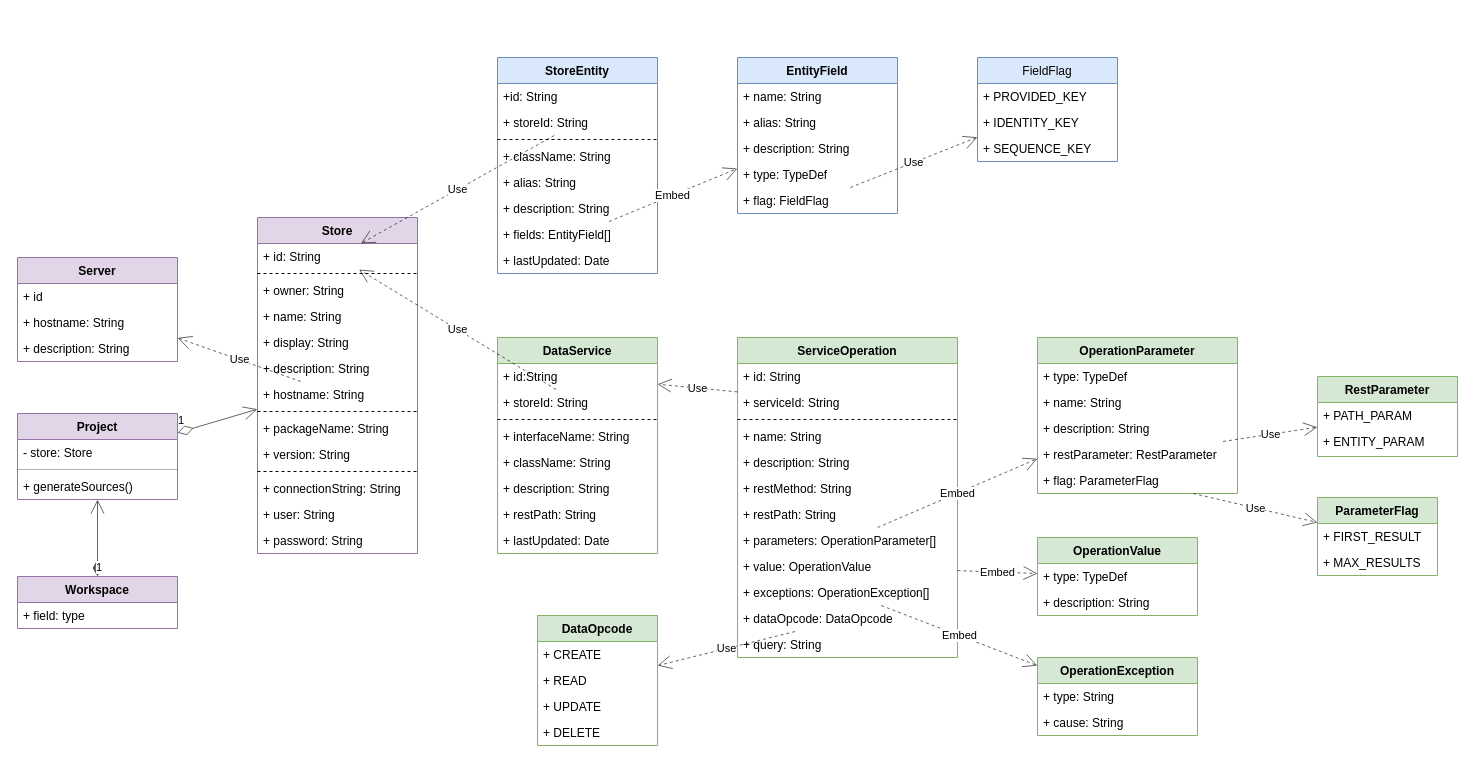
Before: doc/diagrams.drawio in js-lib-com/tiny-store, a draw.io diagram. Source tidied: cells renumbered, new cells numbered last; positions are measured from the earlier drawing's top-left corner, leaving out a move shared by most shapes. Both pictures are drawn from the tidied source at 100%, with x=0, y=0 at pixel (17, 57).
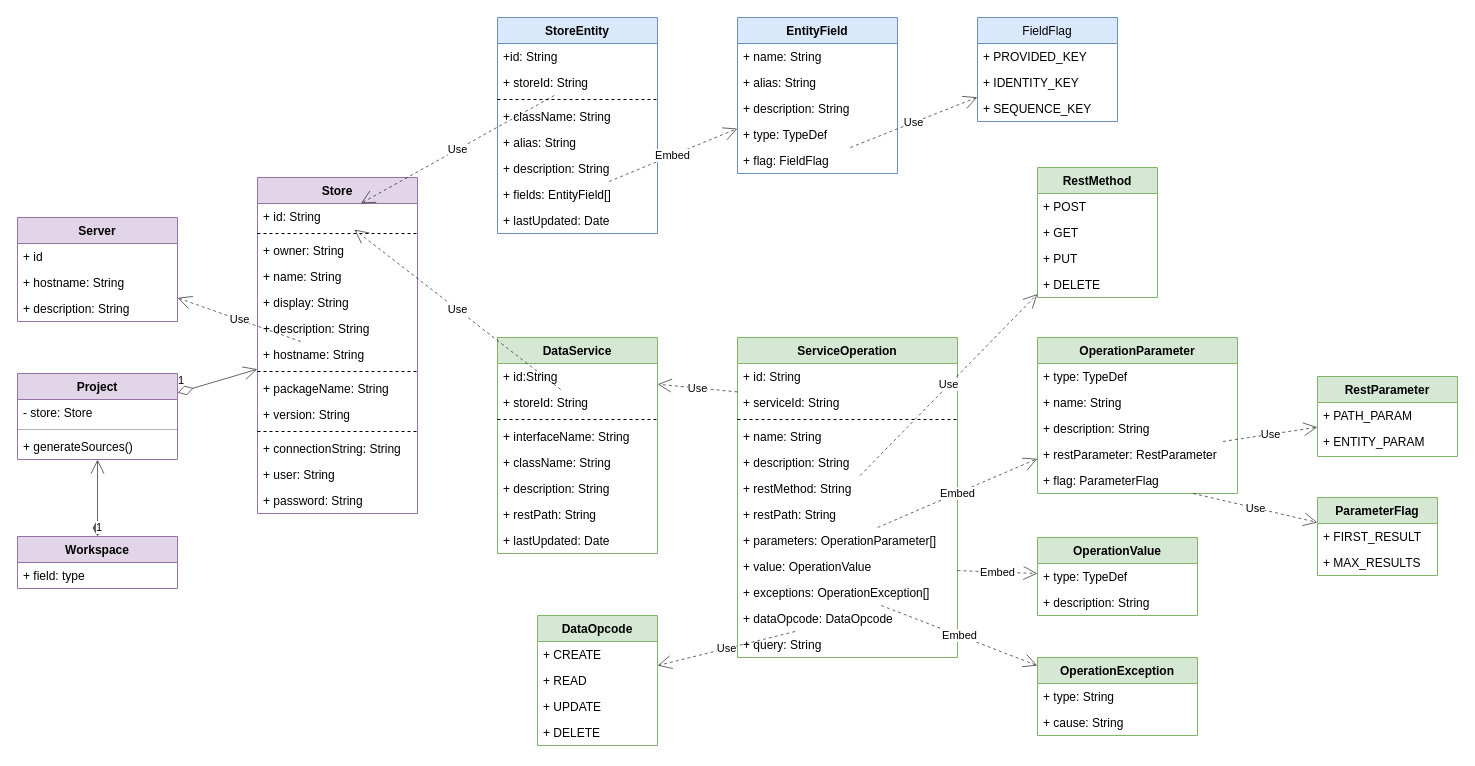
After the change.

The change refers to these unchanged cells:
```xml
<mxCell id="57" value="+ restMethod: String" style="text;strokeColor=none;fillColor=none;align=left;verticalAlign=top;spacingLeft=4;spacingRight=4;overflow=hidden;points=[[0,0.5],[1,0.5]];portConstraint=eastwest;rounded=0;opacity=30;" parent="51" vertex="1">
  <mxGeometry y="138" width="220" height="26" as="geometry" />
</mxCell>
```

Diff of the diagram source:
```diff
@@
     <mxCell id="2" value="Store" style="swimlane;fontStyle=1;align=center;verticalAlign=top;horizontal=1;startSize=26;rounded=0;fillColor=#e1d5e7;strokeColor=#9673a6;" parent="1" vertex="1">
-      <mxGeometry x="240" y="160" width="160" height="336" as="geometry" />
+      <mxGeometry x="240" y="120" width="160" height="336" as="geometry" />
     </mxCell>
@@
     <mxCell id="17" value="StoreEntity" style="swimlane;fontStyle=1;align=center;verticalAlign=top;horizontal=1;startSize=26;rounded=0;fillColor=#dae8fc;strokeColor=#6c8ebf;" parent="1" vertex="1">
-      <mxGeometry x="480" width="160" height="216" as="geometry" />
+      <mxGeometry x="480" y="-40" width="160" height="216" as="geometry" />
     </mxCell>
@@
     <mxCell id="35" value="Workspace" style="swimlane;fontStyle=1;align=center;verticalAlign=top;horizontal=1;startSize=26;rounded=0;fillColor=#e1d5e7;strokeColor=#9673a6;" parent="1" vertex="1">
-      <mxGeometry y="519" width="160" height="52" as="geometry" />
+      <mxGeometry y="479" width="160" height="52" as="geometry" />
     </mxCell>
@@
     <mxCell id="37" value="Project" style="swimlane;fontStyle=1;align=center;verticalAlign=top;horizontal=1;startSize=26;rounded=0;fillColor=#e1d5e7;strokeColor=#9673a6;" parent="1" vertex="1">
-      <mxGeometry y="356" width="160" height="86" as="geometry" />
+      <mxGeometry y="316" width="160" height="86" as="geometry" />
     </mxCell>
@@
     <mxCell id="43" value="EntityField" style="swimlane;fontStyle=1;align=center;verticalAlign=top;horizontal=1;startSize=26;rounded=0;fillColor=#dae8fc;strokeColor=#6c8ebf;" parent="1" vertex="1">
-      <mxGeometry x="720" width="160" height="156" as="geometry" />
+      <mxGeometry x="720" y="-40" width="160" height="156" as="geometry" />
     </mxCell>
@@
     <mxCell id="95" value="Server" style="swimlane;fontStyle=1;horizontal=1;startSize=26;fillColor=#e1d5e7;strokeColor=#9673a6;" parent="1" vertex="1">
-      <mxGeometry y="200" width="160" height="104" as="geometry" />
+      <mxGeometry y="160" width="160" height="104" as="geometry" />
     </mxCell>
@@
     <mxCell id="100" value="FieldFlag" style="swimlane;fontStyle=0;horizontal=1;startSize=26;fillColor=#dae8fc;strokeColor=#6c8ebf;" parent="1" vertex="1">
-      <mxGeometry x="960" width="140" height="104" as="geometry" />
+      <mxGeometry x="960" y="-40" width="140" height="104" as="geometry" />
     </mxCell>
@@
+    <mxCell id="105" value="RestMethod" style="swimlane;fontStyle=1;horizontal=1;startSize=26;fillColor=#d5e8d4;strokeColor=#82b366;" parent="1" vertex="1">
+      <mxGeometry x="1020" y="110" width="120" height="130" as="geometry" />
+    </mxCell>
+    <mxCell id="106" value="+ POST" style="text;strokeColor=none;fillColor=none;align=left;verticalAlign=top;spacingLeft=4;spacingRight=4;overflow=hidden;" parent="105" vertex="1">
+      <mxGeometry y="26" width="120" height="26" as="geometry" />
+    </mxCell>
+    <mxCell id="107" value="+ GET" style="text;strokeColor=none;fillColor=none;align=left;verticalAlign=top;spacingLeft=4;spacingRight=4;overflow=hidden;" parent="105" vertex="1">
+      <mxGeometry y="52" width="120" height="26" as="geometry" />
+    </mxCell>
+    <mxCell id="108" value="+ PUT" style="text;strokeColor=none;fillColor=none;align=left;verticalAlign=top;spacingLeft=4;spacingRight=4;overflow=hidden;" parent="105" vertex="1">
+      <mxGeometry y="78" width="120" height="26" as="geometry" />
+    </mxCell>
+    <mxCell id="109" value="+ DELETE" style="text;strokeColor=none;fillColor=none;align=left;verticalAlign=top;spacingLeft=4;spacingRight=4;overflow=hidden;" parent="105" vertex="1">
+      <mxGeometry y="104" width="120" height="26" as="geometry" />
+    </mxCell>
+    <mxCell id="110" value="Use" style="endArrow=open;endSize=12;dashed=1;html=1;rounded=0;opacity=60;" parent="1" edge="1" source="57" target="105">
+      <mxGeometry relative="1" as="geometry" />
+    </mxCell>
```
